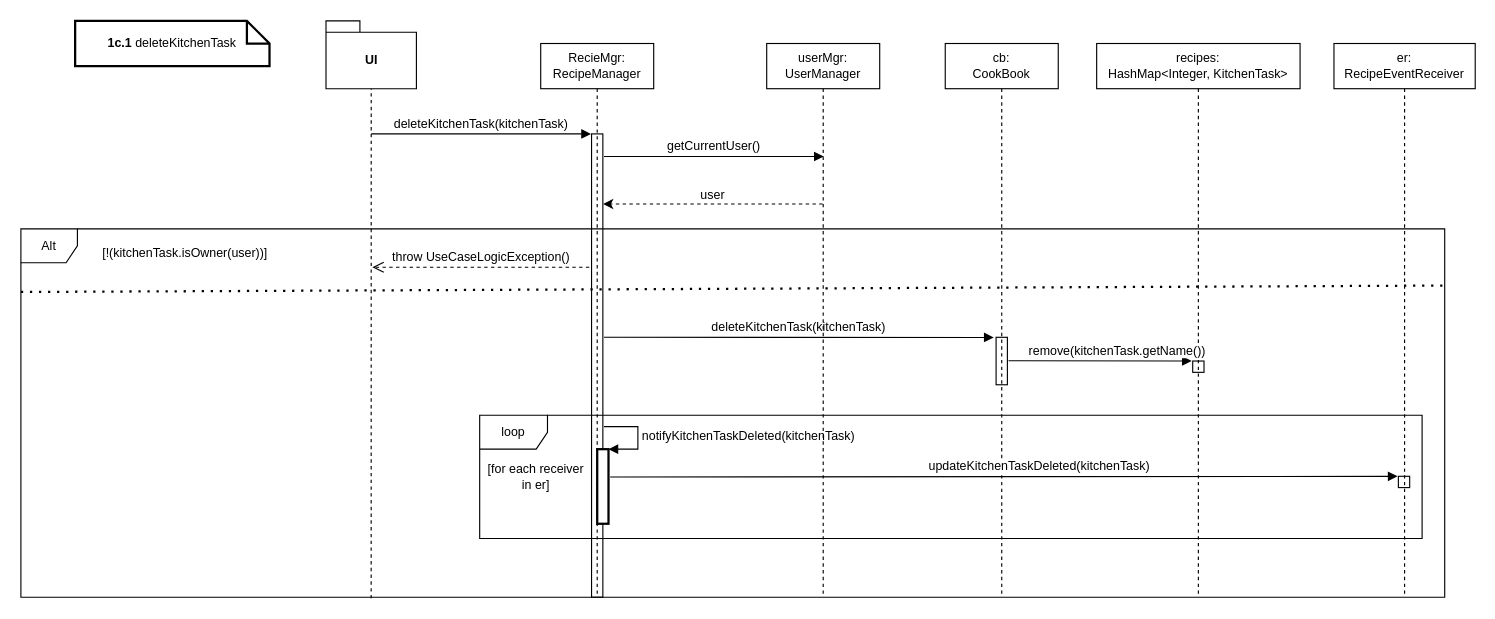
Earlier version of the draw.io diagram page "1c.1" (4 of 10) of Gestire le ricette/Gestire le ricette (DSD).drawio (cortosi/Development-of-Software-Applications-2021-2022). Source tidied: cells renumbered, new cells numbered last; positions are measured from the earlier drawing's top-left corner, leaving out a move shared by most shapes. Both pictures are drawn from the tidied source at 113%, with x=0, y=0 at pixel (20, 20).
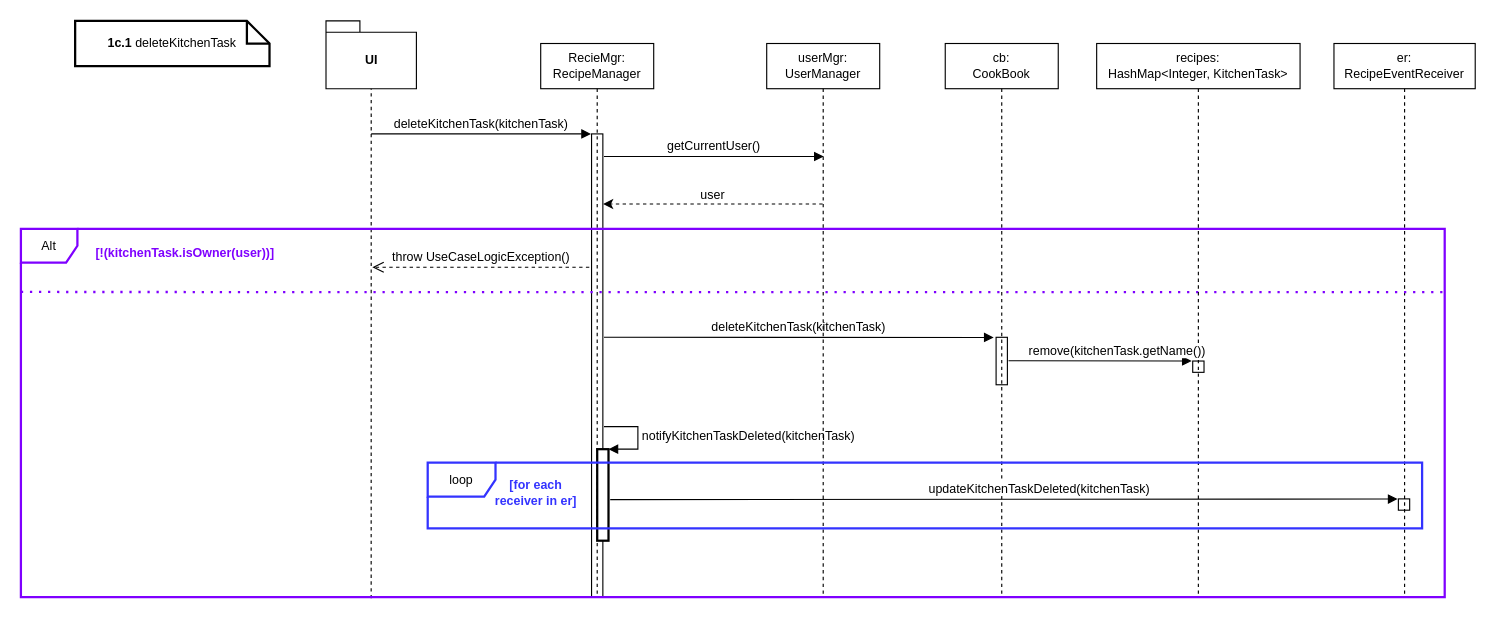
The same diagram, later.

The edit, as a diff of the source:
```diff
@@
-    <mxCell id="13" value="Alt" style="shape=umlFrame;whiteSpace=wrap;html=1;fillColor=none;width=50;height=30;fontFamily=SF UI Text;fontSize=11;" parent="1" vertex="1">
+    <mxCell id="13" value="Alt" style="shape=umlFrame;whiteSpace=wrap;html=1;fillColor=none;width=50;height=30;fontFamily=SF UI Text;fontSize=11;strokeWidth=2;strokeColor=#7F00FF;" parent="1" vertex="1">
       <mxGeometry y="184" width="1260" height="326" as="geometry" />
     </mxCell>
-    <mxCell id="14" style="endArrow=none;dashed=1;html=1;dashPattern=1 3;strokeWidth=2;rounded=0;fontFamily=SF UI Text;fontSize=11;exitX=0;exitY=0.183;exitDx=0;exitDy=0;exitPerimeter=0;entryX=1;entryY=0.154;entryDx=0;entryDy=0;entryPerimeter=0;" parent="1" edge="1" target="13">
+    <mxCell id="14" style="endArrow=none;dashed=1;html=1;dashPattern=1 3;strokeWidth=2;rounded=0;fontFamily=SF UI Text;fontSize=11;exitX=0;exitY=0.183;exitDx=0;exitDy=0;exitPerimeter=0;strokeColor=#7F00FF;" parent="1" edge="1">
       <mxGeometry relative="1" as="geometry">
         <mxPoint y="239.9" as="sourcePoint" />
+        <mxPoint x="1260" y="240" as="targetPoint" />
       </mxGeometry>
     </mxCell>
@@
-    <mxCell id="16" value="&lt;span style=&quot;font-size: 11px;&quot;&gt;[!(kitchenTask.isOwner(user))]&lt;/span&gt;" style="text;html=1;align=center;verticalAlign=middle;strokeColor=none;fillColor=none;fontFamily=SF UI Text;fontSize=11;" parent="1" vertex="1">
-      <mxGeometry x="55" y="190" width="180" height="30" as="geometry" />
+    <mxCell id="16" value="&lt;span style=&quot;font-size: 11px;&quot;&gt;[!(kitchenTask.isOwner(user))]&lt;/span&gt;" style="text;html=1;align=center;verticalAlign=middle;strokeColor=none;fillColor=none;fontFamily=SF UI Text;fontSize=11;fontStyle=1;fontColor=#7F00FF;" parent="1" vertex="1">
+      <mxGeometry x="50" y="190" width="190" height="30" as="geometry" />
     </mxCell>
@@
     <mxCell id="22" style="html=1;points=[];perimeter=orthogonalPerimeter;fillColor=none;fontFamily=SF UI Text;fontSize=11;" parent="1" vertex="1">
-      <mxGeometry x="1219" y="403" width="10" height="10" as="geometry" />
+      <mxGeometry x="1219" y="423" width="10" height="10" as="geometry" />
     </mxCell>
-    <mxCell id="23" value="loop" style="shape=umlFrame;whiteSpace=wrap;html=1;fontFamily=SF UI Text;fillColor=none;fontSize=11;" parent="1" vertex="1">
-      <mxGeometry x="406" y="349" width="834" height="109" as="geometry" />
-    </mxCell>
@@
     <mxCell id="25" style="html=1;points=[];perimeter=orthogonalPerimeter;fontFamily=SF UI Text;fontSize=11;strokeWidth=2;fillColor=default;" parent="1" vertex="1">
-      <mxGeometry x="510" y="379" width="10" height="66" as="geometry" />
+      <mxGeometry x="510" y="379" width="10" height="81" as="geometry" />
     </mxCell>
-    <mxCell id="26" value="[for each receiver in er]" style="text;html=1;strokeColor=none;fillColor=none;align=center;verticalAlign=middle;whiteSpace=wrap;rounded=0;fontFamily=SF UI Text;fontSize=11;" parent="1" vertex="1">
-      <mxGeometry x="411" y="389" width="90" height="30" as="geometry" />
+    <mxCell id="26" value="[for each receiver in er]" style="text;html=1;strokeColor=none;fillColor=none;align=center;verticalAlign=middle;whiteSpace=wrap;rounded=0;fontFamily=SF UI Text;fontSize=11;fontStyle=1;fontColor=#3333FF;" parent="1" vertex="1">
+      <mxGeometry x="411" y="403" width="90" height="30" as="geometry" />
     </mxCell>
-    <mxCell id="27" value="updateKitchenTaskDeleted(kitchenTask)" style="html=1;verticalAlign=bottom;endArrow=block;rounded=0;fontFamily=SF UI Text;fontSize=11;entryX=-0.071;entryY=0.006;entryDx=0;entryDy=0;entryPerimeter=0;" parent="1" edge="1" target="22">
+    <mxCell id="27" value="updateKitchenTaskDeleted(kitchenTask)" style="html=1;verticalAlign=bottom;endArrow=block;rounded=0;fontFamily=SF UI Text;fontSize=11;entryX=-0.071;entryY=0.006;entryDx=0;entryDy=0;entryPerimeter=0;" parent="1" edge="1">
       <mxGeometry x="0.09" relative="1" as="geometry">
-        <mxPoint x="521.5" y="403.6" as="sourcePoint" />
+        <mxPoint x="521.5" y="423.6" as="sourcePoint" />
+        <mxPoint x="1218.3" y="423.1" as="targetPoint" />
       </mxGeometry>
     </mxCell>
@@
+    <mxCell id="23" value="loop" style="shape=umlFrame;whiteSpace=wrap;html=1;fontFamily=SF UI Text;fillColor=none;fontSize=11;strokeWidth=2;strokeColor=#3333FF;" parent="1" vertex="1">
+      <mxGeometry x="360" y="391" width="880" height="58" as="geometry" />
+    </mxCell>
```
